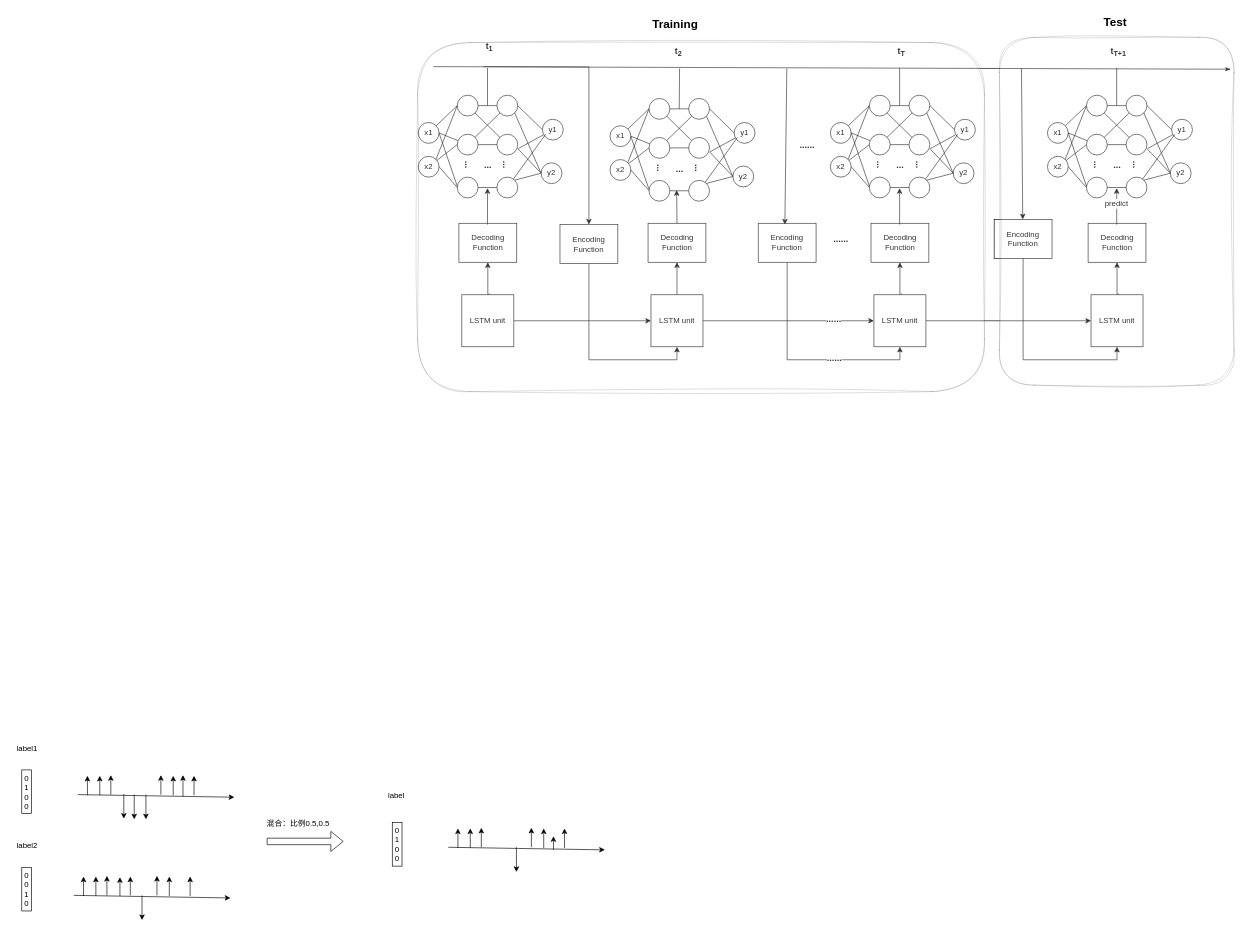
Before: 未命名绘图.drawio in lilang0710/ll, a draw.io diagram. Source tidied: cells renumbered, new cells numbered last; positions are measured from the earlier drawing's top-left corner, leaving out a move shared by most shapes. Both pictures are drawn from the tidied source at 65%, with x=0, y=0 at pixel (11, 11).
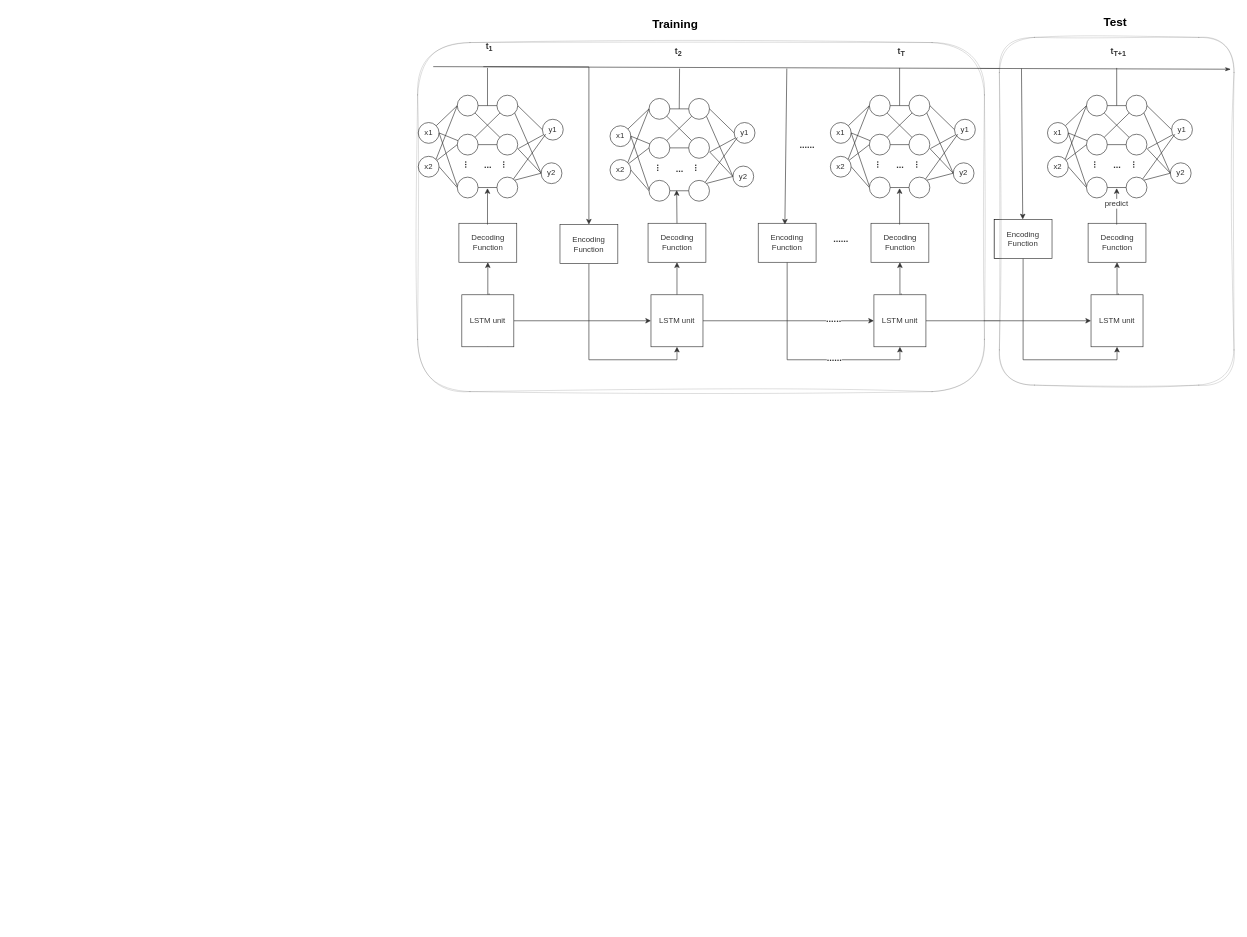
Above is the later version.

Commit message (it also covers changes not shown here):
更新未命名绘图.drawio

Change to the diagram source:
```diff
@@
-    <mxCell id="171" value="&lt;div&gt;0&lt;/div&gt;&lt;div&gt;1&lt;/div&gt;&lt;div&gt;0&lt;/div&gt;&lt;div&gt;0&lt;br&gt;&lt;/div&gt;" style="rounded=0;whiteSpace=wrap;html=1;" parent="1" vertex="1">
-      <mxGeometry x="16" y="1167" width="15" height="67" as="geometry" />
-    </mxCell>
-    <mxCell id="172" value="label1" style="text;html=1;align=center;verticalAlign=middle;strokeColor=none;fillColor=none;" parent="1" vertex="1">
-      <mxGeometry x="-0.5" y="1121" width="48" height="26" as="geometry" />
-    </mxCell>
-    <mxCell id="173" value="&lt;div&gt;0&lt;/div&gt;&lt;div&gt;0&lt;br&gt;&lt;/div&gt;&lt;div&gt;1&lt;br&gt;&lt;/div&gt;&lt;div&gt;0&lt;br&gt;&lt;/div&gt;" style="rounded=0;whiteSpace=wrap;html=1;" parent="1" vertex="1">
-      <mxGeometry x="16" y="1317" width="15" height="67" as="geometry" />
-    </mxCell>
-    <mxCell id="174" value="label2" style="text;html=1;align=center;verticalAlign=middle;strokeColor=none;fillColor=none;" parent="1" vertex="1">
-      <mxGeometry x="-0.5" y="1271" width="48" height="26" as="geometry" />
-    </mxCell>
-    <mxCell id="175" style="endArrow=classic;html=1;rounded=0;" parent="1" edge="1">
-      <mxGeometry relative="1" as="geometry">
-        <mxPoint x="102" y="1205" as="sourcePoint" />
-        <mxPoint x="343" y="1209" as="targetPoint" />
-      </mxGeometry>
-    </mxCell>
-    <mxCell id="176" style="endArrow=classic;html=1;rounded=0;" parent="1" edge="1">
-      <mxGeometry relative="1" as="geometry">
-        <mxPoint x="117" y="1206" as="sourcePoint" />
-        <mxPoint x="117" y="1176" as="targetPoint" />
-      </mxGeometry>
-    </mxCell>
-    <mxCell id="177" style="endArrow=classic;html=1;rounded=0;" parent="1" edge="1">
-      <mxGeometry relative="1" as="geometry">
-        <mxPoint x="136" y="1206" as="sourcePoint" />
-        <mxPoint x="136" y="1176" as="targetPoint" />
-      </mxGeometry>
-    </mxCell>
-    <mxCell id="178" style="endArrow=classic;html=1;rounded=0;" parent="1" edge="1">
-      <mxGeometry relative="1" as="geometry">
-        <mxPoint x="153" y="1205" as="sourcePoint" />
-        <mxPoint x="153" y="1175" as="targetPoint" />
-      </mxGeometry>
-    </mxCell>
-    <mxCell id="179" style="endArrow=classic;html=1;rounded=0;" parent="1" edge="1">
-      <mxGeometry relative="1" as="geometry">
-        <mxPoint x="230" y="1205" as="sourcePoint" />
-        <mxPoint x="230" y="1175" as="targetPoint" />
-      </mxGeometry>
-    </mxCell>
-    <mxCell id="180" style="endArrow=classic;html=1;rounded=0;" parent="1" edge="1">
-      <mxGeometry relative="1" as="geometry">
-        <mxPoint x="249" y="1206" as="sourcePoint" />
-        <mxPoint x="249" y="1176" as="targetPoint" />
-      </mxGeometry>
-    </mxCell>
-    <mxCell id="181" style="endArrow=classic;html=1;rounded=0;" parent="1" edge="1">
-      <mxGeometry relative="1" as="geometry">
-        <mxPoint x="264" y="1208" as="sourcePoint" />
-        <mxPoint x="264" y="1175" as="targetPoint" />
-      </mxGeometry>
-    </mxCell>
-    <mxCell id="182" style="endArrow=classic;html=1;rounded=0;" parent="1" edge="1">
-      <mxGeometry relative="1" as="geometry">
-        <mxPoint x="281" y="1206" as="sourcePoint" />
-        <mxPoint x="281" y="1176" as="targetPoint" />
-      </mxGeometry>
-    </mxCell>
-    <mxCell id="183" style="endArrow=classic;html=1;rounded=0;" parent="1" edge="1">
-      <mxGeometry relative="1" as="geometry">
-        <mxPoint x="173" y="1204" as="sourcePoint" />
-        <mxPoint x="173" y="1242" as="targetPoint" />
-      </mxGeometry>
-    </mxCell>
-    <mxCell id="184" style="endArrow=classic;html=1;rounded=0;" parent="1" edge="1">
-      <mxGeometry relative="1" as="geometry">
-        <mxPoint x="189" y="1205" as="sourcePoint" />
-        <mxPoint x="189" y="1243" as="targetPoint" />
-      </mxGeometry>
-    </mxCell>
-    <mxCell id="185" style="endArrow=classic;html=1;rounded=0;" parent="1" edge="1">
-      <mxGeometry relative="1" as="geometry">
-        <mxPoint x="207" y="1205" as="sourcePoint" />
-        <mxPoint x="207" y="1243" as="targetPoint" />
-      </mxGeometry>
-    </mxCell>
-    <mxCell id="186" style="endArrow=classic;html=1;rounded=0;" parent="1" edge="1">
-      <mxGeometry relative="1" as="geometry">
-        <mxPoint x="96" y="1360" as="sourcePoint" />
-        <mxPoint x="337" y="1364" as="targetPoint" />
-      </mxGeometry>
-    </mxCell>
-    <mxCell id="187" style="endArrow=classic;html=1;rounded=0;" parent="1" edge="1">
-      <mxGeometry relative="1" as="geometry">
-        <mxPoint x="111" y="1361" as="sourcePoint" />
-        <mxPoint x="111" y="1331" as="targetPoint" />
-      </mxGeometry>
-    </mxCell>
-    <mxCell id="188" style="endArrow=classic;html=1;rounded=0;" parent="1" edge="1">
-      <mxGeometry relative="1" as="geometry">
-        <mxPoint x="130" y="1361" as="sourcePoint" />
-        <mxPoint x="130" y="1331" as="targetPoint" />
-      </mxGeometry>
-    </mxCell>
-    <mxCell id="189" style="endArrow=classic;html=1;rounded=0;" parent="1" edge="1">
-      <mxGeometry relative="1" as="geometry">
-        <mxPoint x="147" y="1360" as="sourcePoint" />
-        <mxPoint x="147" y="1330" as="targetPoint" />
-      </mxGeometry>
-    </mxCell>
-    <mxCell id="190" style="endArrow=classic;html=1;rounded=0;" parent="1" edge="1">
-      <mxGeometry relative="1" as="geometry">
-        <mxPoint x="224" y="1360" as="sourcePoint" />
-        <mxPoint x="224" y="1330" as="targetPoint" />
-      </mxGeometry>
-    </mxCell>
-    <mxCell id="191" style="endArrow=classic;html=1;rounded=0;" parent="1" edge="1">
-      <mxGeometry relative="1" as="geometry">
-        <mxPoint x="243" y="1361" as="sourcePoint" />
-        <mxPoint x="243" y="1331" as="targetPoint" />
-      </mxGeometry>
-    </mxCell>
-    <mxCell id="192" style="endArrow=classic;html=1;rounded=0;" parent="1" edge="1">
-      <mxGeometry relative="1" as="geometry">
-        <mxPoint x="275" y="1361" as="sourcePoint" />
-        <mxPoint x="275" y="1331" as="targetPoint" />
-      </mxGeometry>
-    </mxCell>
-    <mxCell id="193" style="endArrow=classic;html=1;rounded=0;" parent="1" edge="1">
-      <mxGeometry relative="1" as="geometry">
-        <mxPoint x="167" y="1361" as="sourcePoint" />
-        <mxPoint x="167" y="1332" as="targetPoint" />
-      </mxGeometry>
-    </mxCell>
-    <mxCell id="194" style="endArrow=classic;html=1;rounded=0;" parent="1" edge="1">
-      <mxGeometry relative="1" as="geometry">
-        <mxPoint x="183" y="1360" as="sourcePoint" />
-        <mxPoint x="183" y="1331" as="targetPoint" />
-      </mxGeometry>
-    </mxCell>
-    <mxCell id="195" style="endArrow=classic;html=1;rounded=0;" parent="1" edge="1">
-      <mxGeometry relative="1" as="geometry">
-        <mxPoint x="201" y="1360" as="sourcePoint" />
-        <mxPoint x="201" y="1398" as="targetPoint" />
-      </mxGeometry>
-    </mxCell>
-    <mxCell id="196" style="shape=flexArrow;endArrow=classic;html=1;rounded=0;" parent="1" edge="1">
-      <mxGeometry relative="1" as="geometry">
-        <mxPoint x="393" y="1277" as="sourcePoint" />
-        <mxPoint x="511" y="1277" as="targetPoint" />
-      </mxGeometry>
-    </mxCell>
-    <mxCell id="197" value="混合：比例0.5,0.5" style="text;html=1;align=center;verticalAlign=middle;strokeColor=none;fillColor=none;" parent="1" vertex="1">
-      <mxGeometry x="384" y="1236" width="113" height="26" as="geometry" />
-    </mxCell>
-    <mxCell id="198" value="&lt;div&gt;0&lt;/div&gt;&lt;div&gt;1&lt;/div&gt;&lt;div&gt;0&lt;/div&gt;&lt;div&gt;0&lt;br&gt;&lt;/div&gt;" style="rounded=0;whiteSpace=wrap;html=1;" parent="1" vertex="1">
-      <mxGeometry x="586" y="1248" width="15" height="67" as="geometry" />
-    </mxCell>
-    <mxCell id="199" style="endArrow=classic;html=1;rounded=0;" parent="1" edge="1">
-      <mxGeometry relative="1" as="geometry">
-        <mxPoint x="672" y="1286" as="sourcePoint" />
-        <mxPoint x="913" y="1290" as="targetPoint" />
-      </mxGeometry>
-    </mxCell>
-    <mxCell id="200" style="endArrow=classic;html=1;rounded=0;" parent="1" edge="1">
-      <mxGeometry relative="1" as="geometry">
-        <mxPoint x="687" y="1287" as="sourcePoint" />
-        <mxPoint x="687" y="1257" as="targetPoint" />
-      </mxGeometry>
-    </mxCell>
-    <mxCell id="201" style="endArrow=classic;html=1;rounded=0;" parent="1" edge="1">
-      <mxGeometry relative="1" as="geometry">
-        <mxPoint x="706" y="1287" as="sourcePoint" />
-        <mxPoint x="706" y="1257" as="targetPoint" />
-      </mxGeometry>
-    </mxCell>
-    <mxCell id="202" style="endArrow=classic;html=1;rounded=0;" parent="1" edge="1">
-      <mxGeometry relative="1" as="geometry">
-        <mxPoint x="723" y="1286" as="sourcePoint" />
-        <mxPoint x="723" y="1256" as="targetPoint" />
-      </mxGeometry>
-    </mxCell>
-    <mxCell id="203" style="endArrow=classic;html=1;rounded=0;" parent="1" edge="1">
-      <mxGeometry relative="1" as="geometry">
-        <mxPoint x="800" y="1286" as="sourcePoint" />
-        <mxPoint x="800" y="1256" as="targetPoint" />
-      </mxGeometry>
-    </mxCell>
-    <mxCell id="204" style="endArrow=classic;html=1;rounded=0;" parent="1" edge="1">
-      <mxGeometry relative="1" as="geometry">
-        <mxPoint x="819" y="1287" as="sourcePoint" />
-        <mxPoint x="819" y="1257" as="targetPoint" />
-      </mxGeometry>
-    </mxCell>
-    <mxCell id="205" style="endArrow=classic;html=1;rounded=0;" parent="1" edge="1">
-      <mxGeometry relative="1" as="geometry">
-        <mxPoint x="834" y="1290" as="sourcePoint" />
-        <mxPoint x="834" y="1269" as="targetPoint" />
-      </mxGeometry>
-    </mxCell>
-    <mxCell id="206" style="endArrow=classic;html=1;rounded=0;" parent="1" edge="1">
-      <mxGeometry relative="1" as="geometry">
-        <mxPoint x="851" y="1287" as="sourcePoint" />
-        <mxPoint x="851" y="1257" as="targetPoint" />
-      </mxGeometry>
-    </mxCell>
-    <mxCell id="207" style="endArrow=classic;html=1;rounded=0;" parent="1" edge="1">
-      <mxGeometry relative="1" as="geometry">
-        <mxPoint x="777" y="1286" as="sourcePoint" />
-        <mxPoint x="777" y="1324" as="targetPoint" />
-      </mxGeometry>
-    </mxCell>
-    <mxCell id="208" value="label" style="text;html=1;align=center;verticalAlign=middle;strokeColor=none;fillColor=none;" parent="1" vertex="1">
-      <mxGeometry x="571" y="1194" width="42" height="26" as="geometry" />
-    </mxCell>
```
